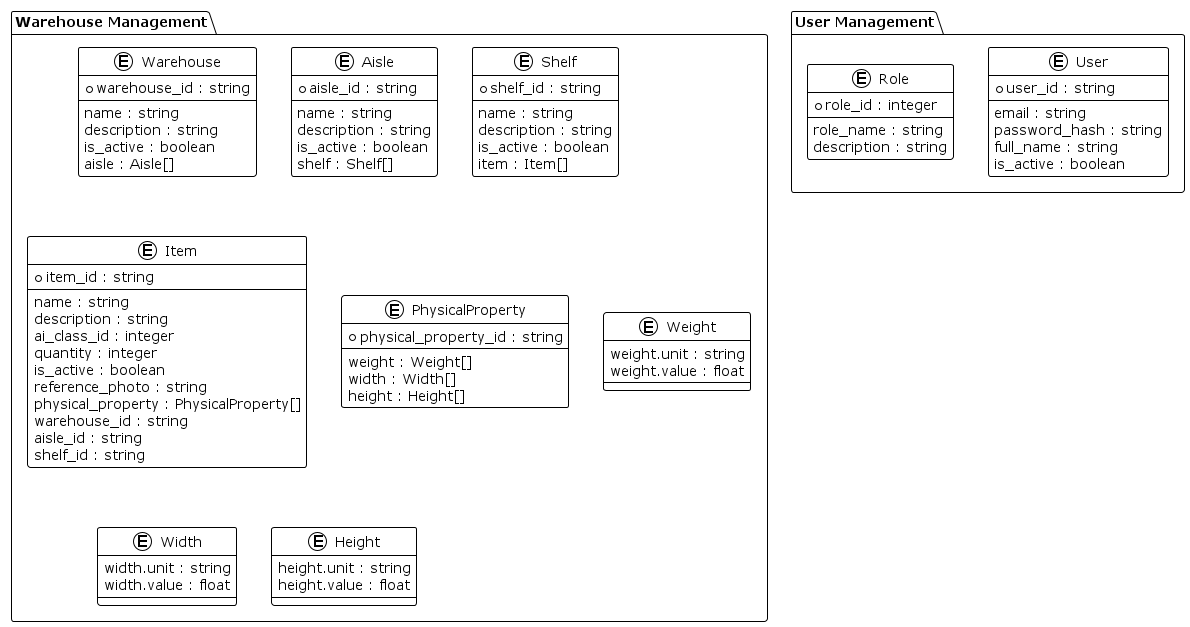
Before: 6_Allegati/Immagini diagrammi/DB/DB_class_diagram.png, a diagram exported from PlantUML (ArzaExE/X2SevenVault). The source it was exported from:
```plantuml
@startuml
!theme plain
top to bottom direction

package "Warehouse Management" {
  entity Warehouse {
    * warehouse_id : string
    --
    name : string
    description : string
    is_active : boolean
    aisle : Aisle[]
  }

  entity Aisle {
    * aisle_id : string
    --
    name : string
    description : string
    is_active : boolean
    shelf : Shelf[]
  }

  entity Shelf {
    * shelf_id : string
    --
    name : string
    description : string
    is_active : boolean
    item : Item[]
  }

  entity Item {
    * item_id : string
    --
    name : string
    description : string
    ai_class_id : integer
    quantity : integer
    is_active : boolean
    reference_photo : string
    physical_property : PhysicalProperty[]
    warehouse_id : string
    aisle_id : string
    shelf_id : string
  }

  entity PhysicalProperty {
    * physical_property_id : string
    --
    weight : Weight[]
    width : Width[]
    height : Height[]
  }

  entity Weight {
    weight.unit : string
    weight.value : float
  }

  entity Width {
    width.unit : string
    width.value : float
  }

  entity Height {
    height.unit : string
    height.value : float
  }
}

package "User Management" {
  entity User {
    * user_id : string
    --
    email : string
    password_hash : string
    full_name : string
    is_active : boolean
  }

  entity Role {
    * role_id : integer
    --
    role_name : string
    description : string
  }
}
@enduml
```
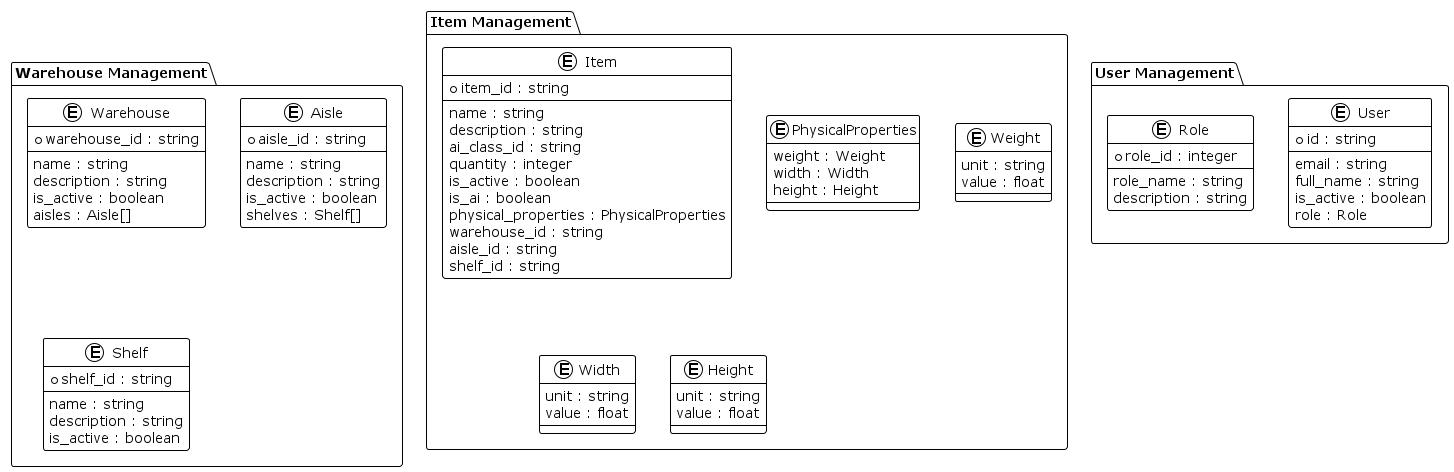
The same diagram one commit later.

Change to the diagram source:
```diff
@@ -9,7 +9,7 @@
     name : string
     description : string
     is_active : boolean
-    aisle : Aisle[]
+    aisles : Aisle[]
   }
 
   entity Aisle {
@@ -18,7 +18,7 @@
     name : string
     description : string
     is_active : boolean
-    shelf : Shelf[]
+    shelves : Shelf[]
   }
 
   entity Shelf {
@@ -27,56 +27,17 @@
     name : string
     description : string
     is_active : boolean
-    item : Item[]
-  }
-
-  entity Item {
-    * item_id : string
-    --
-    name : string
-    description : string
-    ai_class_id : integer
-    quantity : integer
-    is_active : boolean
-    reference_photo : string
-    physical_property : PhysicalProperty[]
-    warehouse_id : string
-    aisle_id : string
-    shelf_id : string
-  }
-
-  entity PhysicalProperty {
-    * physical_property_id : string
-    --
-    weight : Weight[]
-    width : Width[]
-    height : Height[]
-  }
-
-  entity Weight {
-    weight.unit : string
-    weight.value : float
-  }
-
-  entity Width {
-    width.unit : string
-    width.value : float
-  }
-
-  entity Height {
-    height.unit : string
-    height.value : float
   }
 }
 
 package "User Management" {
   entity User {
-    * user_id : string
+    * id : string
     --
     email : string
-    password_hash : string
     full_name : string
     is_active : boolean
+    role : Role
   }
 
   entity Role {
@@ -86,4 +47,42 @@
     description : string
   }
 }
+
+package "Item Management" {
+  entity Item {
+    * item_id : string
+    --
+    name : string
+    description : string
+    ai_class_id : string
+    quantity : integer
+    is_active : boolean
+    is_ai : boolean
+    physical_properties : PhysicalProperties
+    warehouse_id : string
+    aisle_id : string
+    shelf_id : string
+  }
+
+  entity PhysicalProperties {
+    weight : Weight
+    width : Width
+    height : Height
+  }
+
+  entity Weight {
+    unit : string
+    value : float
+  }
+
+  entity Width {
+    unit : string
+    value : float
+  }
+
+  entity Height {
+    unit : string
+    value : float
+  }
+}
 @enduml
```
